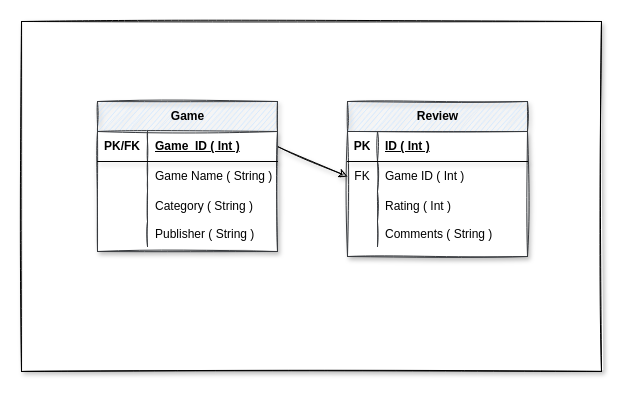
The draw.io diagram Appendix/Untitled Diagram.drawio in S1cca/Project_QA, before the edit. Source tidied: cells renumbered, new cells numbered last; positions are measured from the earlier drawing's top-left corner, leaving out a move shared by most shapes. Both pictures are drawn from the tidied source at 100%, with x=0, y=0 at pixel (21, 21).
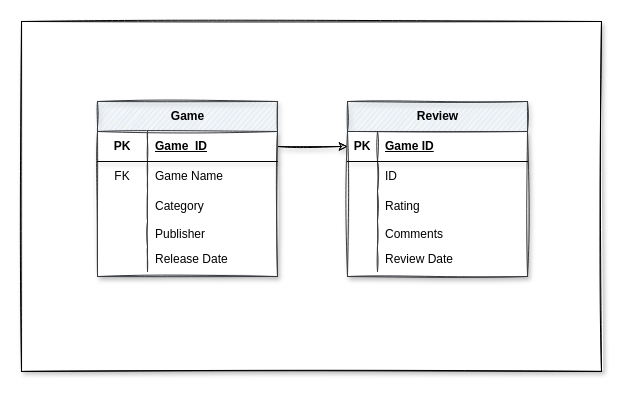
After the change.

Unchanged cells that the change refers to:
```xml
<mxCell id="5" style="shape=tableRow;horizontal=0;startSize=0;swimlaneHead=0;swimlaneBody=0;fillColor=none;points=[[0,0.5],[1,0.5]];portConstraint=eastwest;top=0;left=0;right=0;bottom=1;shadow=1;labelBackgroundColor=none;labelBorderColor=none;fontColor=default;strokeColor=default;html=1;" parent="4" vertex="1">
  <mxGeometry y="30" width="180" height="30" as="geometry" />
</mxCell>
<mxCell id="8" style="shape=tableRow;horizontal=0;startSize=0;swimlaneHead=0;swimlaneBody=0;fillColor=none;top=0;left=0;right=0;bottom=0;shadow=1;labelBackgroundColor=none;labelBorderColor=none;fontColor=default;strokeColor=default;html=1;" parent="4" vertex="1">
  <mxGeometry y="60" width="180" height="30" as="geometry" />
</mxCell>
<mxCell id="11" style="shape=tableRow;horizontal=0;startSize=0;swimlaneHead=0;swimlaneBody=0;fillColor=none;top=0;left=0;right=0;bottom=0;shadow=1;labelBackgroundColor=none;labelBorderColor=none;fontColor=default;strokeColor=default;html=1;rounded=0;sketch=0;swimlaneFillColor=none;" parent="4" vertex="1">
  <mxGeometry y="90" width="180" height="30" as="geometry" />
</mxCell>
<mxCell id="14" style="shape=tableRow;horizontal=0;startSize=0;swimlaneHead=0;swimlaneBody=0;fillColor=none;top=0;left=0;right=0;bottom=0;shadow=1;labelBackgroundColor=none;labelBorderColor=none;fontColor=default;strokeColor=default;html=1;" parent="4" vertex="1">
  <mxGeometry y="120" width="180" height="25" as="geometry" />
</mxCell>
<mxCell id="18" style="shape=tableRow;horizontal=0;startSize=0;swimlaneHead=0;swimlaneBody=0;fillColor=none;points=[[0,0.5],[1,0.5]];portConstraint=eastwest;top=0;left=0;right=0;bottom=1;shadow=1;labelBackgroundColor=none;labelBorderColor=none;fontColor=default;strokeColor=default;html=1;" parent="17" vertex="1">
  <mxGeometry y="30" width="180" height="30" as="geometry" />
</mxCell>
<mxCell id="21" style="shape=tableRow;horizontal=0;startSize=0;swimlaneHead=0;swimlaneBody=0;fillColor=none;points=[[0,0.5],[1,0.5]];portConstraint=eastwest;top=0;left=0;right=0;bottom=0;shadow=1;labelBackgroundColor=none;labelBorderColor=none;fontColor=default;strokeColor=default;html=1;" parent="17" vertex="1">
  <mxGeometry y="60" width="180" height="30" as="geometry" />
</mxCell>
<mxCell id="24" style="shape=tableRow;horizontal=0;startSize=0;swimlaneHead=0;swimlaneBody=0;fillColor=none;top=0;left=0;right=0;bottom=0;shadow=1;labelBackgroundColor=none;labelBorderColor=none;fontColor=default;strokeColor=default;html=1;rounded=0;sketch=0;swimlaneFillColor=none;" parent="17" vertex="1">
  <mxGeometry y="90" width="180" height="30" as="geometry" />
</mxCell>
<mxCell id="27" style="shape=tableRow;horizontal=0;startSize=0;swimlaneHead=0;swimlaneBody=0;fillColor=none;top=0;left=0;right=0;bottom=0;shadow=1;labelBackgroundColor=none;labelBorderColor=none;fontColor=default;strokeColor=default;html=1;" parent="17" vertex="1">
  <mxGeometry y="120" width="180" height="25" as="geometry" />
</mxCell>
```

Change to the diagram source:
```diff
@@
-    <mxCell id="3" style="endArrow=classic;rounded=0;exitX=1;exitY=0.5;exitDx=0;exitDy=0;entryX=0;entryY=0.5;entryDx=0;entryDy=0;sketch=1;shadow=1;labelBackgroundColor=none;labelBorderColor=none;fontColor=default;verticalAlign=middle;html=1;snapToPoint=0;swimlaneLine=1;" parent="1" edge="1" source="5" target="21">
+    <mxCell id="3" style="endArrow=classic;rounded=0;exitX=1;exitY=0.5;exitDx=0;exitDy=0;entryX=0;entryY=0.5;entryDx=0;entryDy=0;sketch=1;shadow=1;labelBackgroundColor=none;labelBorderColor=none;fontColor=default;verticalAlign=middle;html=1;snapToPoint=0;swimlaneLine=1;" parent="1" edge="1" source="5" target="18">
       <mxGeometry relative="1" as="geometry" />
     </mxCell>
     <mxCell id="4" value="Game" style="shape=table;startSize=30;childLayout=tableLayout;rowLines=0;fontStyle=1;align=center;shadow=1;labelBackgroundColor=none;labelBorderColor=none;strokeColor=#36393d;fillColor=#cce5ff;html=1;swimlaneFillColor=default;sketch=1;" parent="1" vertex="1">
-      <mxGeometry x="76" y="80" width="180" height="150" as="geometry" />
+      <mxGeometry x="76" y="80" width="180" height="175" as="geometry" />
     </mxCell>
@@
-    <mxCell id="6" value="PK/FK" style="shape=partialRectangle;fillColor=none;top=0;left=0;bottom=0;right=0;fontStyle=1;overflow=hidden;shadow=1;labelBackgroundColor=none;labelBorderColor=none;fontColor=default;strokeColor=default;html=1;" parent="5" vertex="1">
+    <mxCell id="6" value="PK" style="shape=partialRectangle;fillColor=none;top=0;left=0;bottom=0;right=0;fontStyle=1;overflow=hidden;shadow=1;labelBackgroundColor=none;labelBorderColor=none;fontColor=default;strokeColor=default;html=1;" parent="5" vertex="1">
       <mxGeometry width="50" height="30" as="geometry" />
     </mxCell>
-    <mxCell id="7" value="Game_ID ( Int )" style="shape=partialRectangle;fillColor=none;top=0;left=0;bottom=0;right=0;align=left;spacingLeft=6;fontStyle=5;overflow=hidden;shadow=1;labelBackgroundColor=none;labelBorderColor=none;fontColor=default;strokeColor=default;html=1;" parent="5" vertex="1">
+    <mxCell id="7" value="Game_ID" style="shape=partialRectangle;fillColor=none;top=0;left=0;bottom=0;right=0;align=left;spacingLeft=6;fontStyle=5;overflow=hidden;shadow=1;labelBackgroundColor=none;labelBorderColor=none;fontColor=default;strokeColor=default;html=1;" parent="5" vertex="1">
       <mxGeometry x="50" width="130" height="30" as="geometry" />
     </mxCell>
@@
-    <mxCell id="9" style="shape=partialRectangle;fillColor=none;top=0;left=0;bottom=0;right=0;overflow=hidden;shadow=1;labelBackgroundColor=none;labelBorderColor=none;fontColor=default;strokeColor=default;html=1;" parent="8" vertex="1">
+    <mxCell id="9" value="FK" style="shape=partialRectangle;fillColor=none;top=0;left=0;bottom=0;right=0;overflow=hidden;shadow=1;labelBackgroundColor=none;labelBorderColor=none;fontColor=default;strokeColor=default;html=1;" parent="8" vertex="1">
       <mxGeometry width="50" height="30" as="geometry" />
     </mxCell>
-    <mxCell id="10" value="Game Name ( String )" style="shape=partialRectangle;fillColor=none;top=0;left=0;bottom=0;right=0;align=left;spacingLeft=6;overflow=hidden;shadow=1;labelBackgroundColor=none;labelBorderColor=none;fontColor=default;strokeColor=default;html=1;" parent="8" vertex="1">
+    <mxCell id="10" value="Game Name" style="shape=partialRectangle;fillColor=none;top=0;left=0;bottom=0;right=0;align=left;spacingLeft=6;overflow=hidden;shadow=1;labelBackgroundColor=none;labelBorderColor=none;fontColor=default;strokeColor=default;html=1;" parent="8" vertex="1">
       <mxGeometry x="50" width="130" height="30" as="geometry" />
     </mxCell>
@@
-    <mxCell id="13" value="Category ( String )" style="shape=partialRectangle;fillColor=none;top=0;left=0;bottom=0;right=0;align=left;spacingLeft=6;overflow=hidden;shadow=1;labelBackgroundColor=none;labelBorderColor=none;fontColor=default;strokeColor=default;html=1;" parent="11" vertex="1">
+    <mxCell id="13" value="Category" style="shape=partialRectangle;fillColor=none;top=0;left=0;bottom=0;right=0;align=left;spacingLeft=6;overflow=hidden;shadow=1;labelBackgroundColor=none;labelBorderColor=none;fontColor=default;strokeColor=default;html=1;" parent="11" vertex="1">
       <mxGeometry x="50" width="130" height="30" as="geometry" />
     </mxCell>
@@
-    <mxCell id="16" value="Publisher ( String )" style="shape=partialRectangle;fillColor=none;top=0;left=0;bottom=0;right=0;align=left;spacingLeft=6;overflow=hidden;shadow=1;labelBackgroundColor=none;labelBorderColor=none;fontColor=default;strokeColor=default;html=1;" parent="14" vertex="1">
+    <mxCell id="16" value="Publisher" style="shape=partialRectangle;fillColor=none;top=0;left=0;bottom=0;right=0;align=left;spacingLeft=6;overflow=hidden;shadow=1;labelBackgroundColor=none;labelBorderColor=none;fontColor=default;strokeColor=default;html=1;" parent="14" vertex="1">
       <mxGeometry x="50" width="130" height="25" as="geometry" />
     </mxCell>
+    <mxCell id="30" style="shape=tableRow;horizontal=0;startSize=0;swimlaneHead=0;swimlaneBody=0;fillColor=none;top=0;left=0;right=0;bottom=0;shadow=1;labelBackgroundColor=none;labelBorderColor=none;fontColor=default;strokeColor=default;html=1;" parent="4" vertex="1">
+      <mxGeometry y="145" width="180" height="25" as="geometry" />
+    </mxCell>
+    <mxCell id="31" style="shape=partialRectangle;fillColor=none;top=0;left=0;bottom=0;right=0;overflow=hidden;shadow=1;labelBackgroundColor=none;labelBorderColor=none;fontColor=default;strokeColor=default;html=1;" parent="30" vertex="1">
+      <mxGeometry width="50" height="25" as="geometry" />
+    </mxCell>
+    <mxCell id="32" value="Release Date" style="shape=partialRectangle;fillColor=none;top=0;left=0;bottom=0;right=0;align=left;spacingLeft=6;overflow=hidden;shadow=1;labelBackgroundColor=none;labelBorderColor=none;fontColor=default;strokeColor=default;html=1;" parent="30" vertex="1">
+      <mxGeometry x="50" width="130" height="25" as="geometry" />
+    </mxCell>
     <mxCell id="17" value="Review" style="shape=table;startSize=30;childLayout=tableLayout;rowLines=0;fontStyle=1;align=center;shadow=1;labelBackgroundColor=none;labelBorderColor=none;strokeColor=#36393d;fillColor=#cce5ff;html=1;swimlaneFillColor=default;sketch=1;" parent="1" vertex="1">
-      <mxGeometry x="326" y="80" width="180" height="155" as="geometry" />
+      <mxGeometry x="326" y="80" width="180" height="175" as="geometry" />
     </mxCell>
@@
-    <mxCell id="20" value="ID ( Int )" style="shape=partialRectangle;fillColor=none;top=0;left=0;bottom=0;right=0;align=left;spacingLeft=6;fontStyle=5;overflow=hidden;shadow=1;labelBackgroundColor=none;labelBorderColor=none;fontColor=default;strokeColor=default;html=1;" parent="18" vertex="1">
+    <mxCell id="20" value="Game ID" style="shape=partialRectangle;fillColor=none;top=0;left=0;bottom=0;right=0;align=left;spacingLeft=6;fontStyle=5;overflow=hidden;shadow=1;labelBackgroundColor=none;labelBorderColor=none;fontColor=default;strokeColor=default;html=1;" parent="18" vertex="1">
       <mxGeometry x="30" width="150" height="30" as="geometry" />
     </mxCell>
@@
-    <mxCell id="22" value="FK" style="shape=partialRectangle;fillColor=none;top=0;left=0;bottom=0;right=0;overflow=hidden;shadow=1;labelBackgroundColor=none;labelBorderColor=none;fontColor=default;strokeColor=default;html=1;sketch=1;" parent="21" vertex="1">
+    <mxCell id="22" style="shape=partialRectangle;fillColor=none;top=0;left=0;bottom=0;right=0;overflow=hidden;shadow=1;labelBackgroundColor=none;labelBorderColor=none;fontColor=default;strokeColor=default;html=1;sketch=1;" parent="21" vertex="1">
       <mxGeometry width="30" height="30" as="geometry" />
     </mxCell>
-    <mxCell id="23" value="Game ID ( Int )" style="shape=partialRectangle;fillColor=none;top=0;left=0;bottom=0;right=0;align=left;spacingLeft=6;overflow=hidden;shadow=1;labelBackgroundColor=none;labelBorderColor=none;fontColor=default;strokeColor=default;html=1;" parent="21" vertex="1">
+    <mxCell id="23" value="ID&amp;nbsp;" style="shape=partialRectangle;fillColor=none;top=0;left=0;bottom=0;right=0;align=left;spacingLeft=6;overflow=hidden;shadow=1;labelBackgroundColor=none;labelBorderColor=none;fontColor=default;strokeColor=default;html=1;" parent="21" vertex="1">
       <mxGeometry x="30" width="150" height="30" as="geometry" />
     </mxCell>
@@
-    <mxCell id="26" value="Rating ( Int )" style="shape=partialRectangle;fillColor=none;top=0;left=0;bottom=0;right=0;align=left;spacingLeft=6;overflow=hidden;shadow=1;labelBackgroundColor=none;labelBorderColor=none;fontColor=default;strokeColor=default;html=1;" parent="24" vertex="1">
+    <mxCell id="26" value="Rating" style="shape=partialRectangle;fillColor=none;top=0;left=0;bottom=0;right=0;align=left;spacingLeft=6;overflow=hidden;shadow=1;labelBackgroundColor=none;labelBorderColor=none;fontColor=default;strokeColor=default;html=1;" parent="24" vertex="1">
       <mxGeometry x="30" width="150" height="30" as="geometry" />
     </mxCell>
@@
-    <mxCell id="29" value="Comments ( String )" style="shape=partialRectangle;fillColor=none;top=0;left=0;bottom=0;right=0;align=left;spacingLeft=6;overflow=hidden;shadow=1;labelBackgroundColor=none;labelBorderColor=none;fontColor=default;strokeColor=default;html=1;" parent="27" vertex="1">
+    <mxCell id="29" value="Comments" style="shape=partialRectangle;fillColor=none;top=0;left=0;bottom=0;right=0;align=left;spacingLeft=6;overflow=hidden;shadow=1;labelBackgroundColor=none;labelBorderColor=none;fontColor=default;strokeColor=default;html=1;" parent="27" vertex="1">
       <mxGeometry x="30" width="150" height="25" as="geometry" />
     </mxCell>
+    <mxCell id="33" style="shape=tableRow;horizontal=0;startSize=0;swimlaneHead=0;swimlaneBody=0;fillColor=none;top=0;left=0;right=0;bottom=0;shadow=1;labelBackgroundColor=none;labelBorderColor=none;fontColor=default;strokeColor=default;html=1;" parent="17" vertex="1">
+      <mxGeometry y="145" width="180" height="25" as="geometry" />
+    </mxCell>
+    <mxCell id="34" style="shape=partialRectangle;fillColor=none;top=0;left=0;bottom=0;right=0;overflow=hidden;shadow=1;labelBackgroundColor=none;labelBorderColor=none;fontColor=default;strokeColor=default;html=1;" parent="33" vertex="1">
+      <mxGeometry width="30" height="25" as="geometry" />
+    </mxCell>
+    <mxCell id="35" value="Review Date" style="shape=partialRectangle;fillColor=none;top=0;left=0;bottom=0;right=0;align=left;spacingLeft=6;overflow=hidden;shadow=1;labelBackgroundColor=none;labelBorderColor=none;fontColor=default;strokeColor=default;html=1;" parent="33" vertex="1">
+      <mxGeometry x="30" width="150" height="25" as="geometry" />
+    </mxCell>
```
